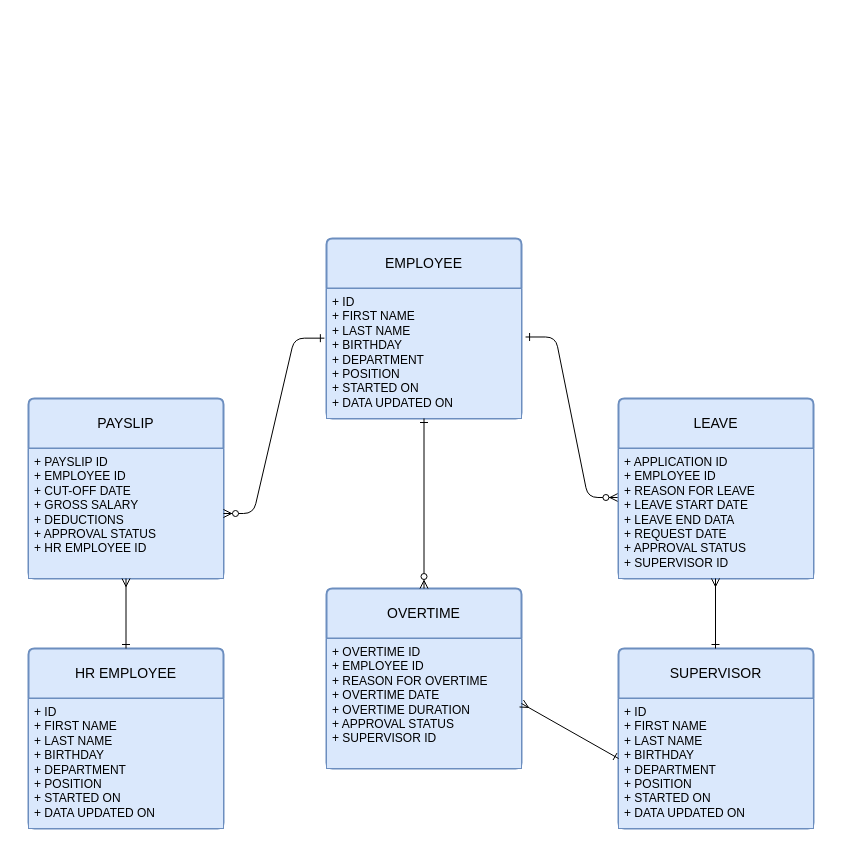
This is MO-IT107-ERD.drawio from zephyrstorm123/MO-IT107-Worksheet3-ERD, a draw.io file, before an edit. Source tidied: cells renumbered, new cells numbered last; positions are measured from the earlier drawing's top-left corner, leaving out a move shared by most shapes. Both pictures are drawn from the tidied source at 100%, with x=0, y=0 at pixel (28, 238).
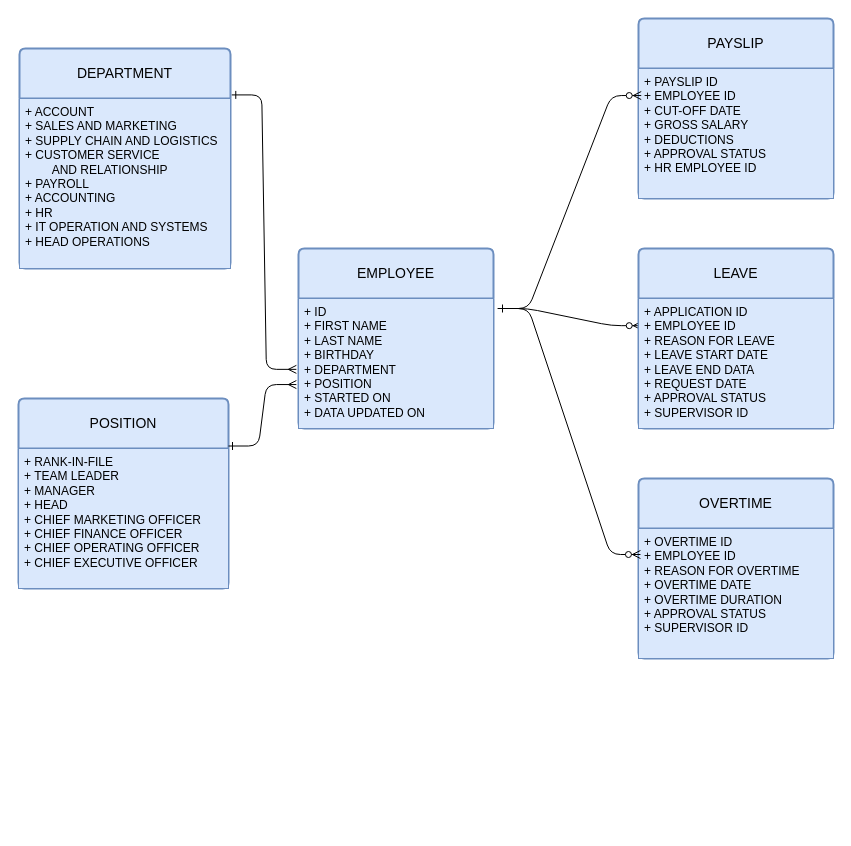
Above is the later version.

Unchanged cells that the change refers to:
```xml
<mxCell id="4" value="+ ID&lt;br&gt;+ FIRST NAME&lt;br&gt;+ LAST NAME&lt;br&gt;+ BIRTHDAY&lt;br&gt;+ DEPARTMENT&lt;br&gt;+ POSITION&lt;br&gt;+ STARTED ON&lt;br&gt;+ DATA UPDATED ON" style="align=left;strokeColor=#6c8ebf;fillColor=#dae8fc;spacingLeft=4;fontSize=12;verticalAlign=top;html=1;" parent="3" vertex="1">
  <mxGeometry y="50" width="195" height="130" as="geometry" />
</mxCell>
<mxCell id="6" value="+ APPLICATION ID&lt;br&gt;+ EMPLOYEE ID&lt;br&gt;+ REASON FOR LEAVE&lt;br&gt;+ LEAVE START DATE&lt;br&gt;+ LEAVE END DATA&lt;br&gt;+ REQUEST DATE&lt;br&gt;+ APPROVAL STATUS&lt;br&gt;+ SUPERVISOR ID" style="align=left;strokeColor=#6c8ebf;fillColor=#dae8fc;spacingLeft=4;fontSize=12;verticalAlign=top;html=1;" parent="5" vertex="1">
  <mxGeometry y="50" width="195" height="130" as="geometry" />
</mxCell>
<mxCell id="8" value="+ PAYSLIP ID&lt;br&gt;+ EMPLOYEE ID&lt;br&gt;+ CUT-OFF DATE&lt;br&gt;+ GROSS SALARY&lt;br&gt;+ DEDUCTIONS&lt;br&gt;+ APPROVAL STATUS&lt;br&gt;+ HR EMPLOYEE ID" style="align=left;strokeColor=#6c8ebf;fillColor=#dae8fc;spacingLeft=4;fontSize=12;verticalAlign=top;html=1;" parent="7" vertex="1">
  <mxGeometry y="50" width="195" height="130" as="geometry" />
</mxCell>
<mxCell id="15" value="+ OVERTIME ID&lt;br style=&quot;border-color: var(--border-color);&quot;&gt;+ EMPLOYEE ID&lt;br style=&quot;border-color: var(--border-color);&quot;&gt;+ REASON FOR OVERTIME&lt;br style=&quot;border-color: var(--border-color);&quot;&gt;+ OVERTIME DATE&lt;br style=&quot;border-color: var(--border-color);&quot;&gt;+ OVERTIME DURATION&lt;br style=&quot;border-color: var(--border-color);&quot;&gt;+ APPROVAL STATUS&lt;br style=&quot;border-color: var(--border-color);&quot;&gt;+ SUPERVISOR ID" style="align=left;strokeColor=#6c8ebf;fillColor=#dae8fc;spacingLeft=4;fontSize=12;verticalAlign=top;html=1;" parent="14" vertex="1">
  <mxGeometry y="50" width="195" height="130" as="geometry" />
</mxCell>
```

Change to the diagram source:
```diff
@@
-    <mxCell id="2" style="edgeStyle=entityRelationEdgeStyle;endArrow=ERzeroToMany;startArrow=ERone;endFill=1;startFill=0;entryX=-0.003;entryY=0.377;entryDx=0;entryDy=0;entryPerimeter=0;exitX=1.021;exitY=0.373;exitDx=0;exitDy=0;exitPerimeter=0;" parent="1" edge="1" source="4" target="6">
-      <mxGeometry relative="1" as="geometry" />
+    <mxCell id="2" style="edgeStyle=entityRelationEdgeStyle;endArrow=ERzeroToMany;startArrow=none;endFill=1;startFill=0;entryX=0.014;entryY=0.209;entryDx=0;entryDy=0;entryPerimeter=0;exitX=1.021;exitY=0.077;exitDx=0;exitDy=0;exitPerimeter=0;" parent="1" edge="1" source="4" target="6">
+      <mxGeometry relative="1" as="geometry">
+        <Array as="points">
+          <mxPoint x="250" y="-50" />
+          <mxPoint x="500" y="-10" />
+          <mxPoint x="390" />
+          <mxPoint x="400" y="-10" />
+          <mxPoint x="230" y="-30" />
+          <mxPoint x="230" y="-40" />
+        </Array>
+      </mxGeometry>
     </mxCell>
     <mxCell id="3" value="EMPLOYEE" style="swimlane;horizontal=1;startSize=50;rounded=1;fontSize=14;fontStyle=0;strokeWidth=2;shadow=0;dashed=0;align=center;arcSize=4;whiteSpace=wrap;html=1;fillColor=#dae8fc;strokeColor=#6c8ebf;" parent="1" vertex="1">
-      <mxGeometry x="298" width="195" height="180" as="geometry" />
+      <mxGeometry x="270" y="10" width="195" height="180" as="geometry" />
     </mxCell>
@@
     <mxCell id="5" value="LEAVE" style="swimlane;horizontal=1;startSize=50;rounded=1;fontSize=14;fontStyle=0;strokeWidth=2;shadow=0;dashed=0;align=center;arcSize=4;whiteSpace=wrap;html=1;fillColor=#dae8fc;strokeColor=#6c8ebf;" parent="1" vertex="1">
-      <mxGeometry x="590" y="160" width="195" height="180" as="geometry" />
+      <mxGeometry x="610" y="10" width="195" height="180" as="geometry" />
     </mxCell>
@@
     <mxCell id="7" value="PAYSLIP" style="swimlane;horizontal=1;startSize=50;rounded=1;fontSize=14;fontStyle=0;strokeWidth=2;shadow=0;dashed=0;align=center;arcSize=4;whiteSpace=wrap;html=1;fillColor=#dae8fc;strokeColor=#6c8ebf;" parent="1" vertex="1">
-      <mxGeometry y="160" width="195" height="180" as="geometry" />
+      <mxGeometry x="610" y="-220" width="195" height="180" as="geometry" />
     </mxCell>
@@
-    <mxCell id="9" style="edgeStyle=entityRelationEdgeStyle;endArrow=ERzeroToMany;startArrow=ERone;endFill=1;startFill=0;exitX=-0.011;exitY=0.382;exitDx=0;exitDy=0;exitPerimeter=0;" parent="1" edge="1" source="4" target="8">
+    <mxCell id="9" style="edgeStyle=entityRelationEdgeStyle;endArrow=ERzeroToMany;startArrow=none;endFill=1;startFill=0;entryX=0.014;entryY=0.208;entryDx=0;entryDy=0;entryPerimeter=0;" parent="1" edge="1" target="8">
       <mxGeometry relative="1" as="geometry">
+        <mxPoint x="470" y="70" as="sourcePoint" />
         <Array as="points">
           <mxPoint x="300" y="90" />
+          <mxPoint x="380" y="-90" />
         </Array>
       </mxGeometry>
     </mxCell>
-    <mxCell id="10" value="HR EMPLOYEE" style="swimlane;horizontal=1;startSize=50;rounded=1;fontSize=14;fontStyle=0;strokeWidth=2;shadow=0;dashed=0;align=center;arcSize=4;whiteSpace=wrap;html=1;fillColor=#dae8fc;strokeColor=#6c8ebf;" parent="1" vertex="1">
-      <mxGeometry y="410" width="195" height="180" as="geometry" />
-    </mxCell>
-    <mxCell id="11" value="+ ID&lt;br&gt;+ FIRST NAME&lt;br&gt;+ LAST NAME&lt;br&gt;+ BIRTHDAY&lt;br&gt;+ DEPARTMENT&lt;br&gt;+ POSITION&lt;br&gt;+ STARTED ON&lt;br&gt;+ DATA UPDATED ON" style="align=left;strokeColor=#6c8ebf;fillColor=#dae8fc;spacingLeft=4;fontSize=12;verticalAlign=top;html=1;" parent="10" vertex="1">
-      <mxGeometry y="50" width="195" height="130" as="geometry" />
-    </mxCell>
-    <mxCell id="12" value="SUPERVISOR" style="swimlane;horizontal=1;startSize=50;rounded=1;fontSize=14;fontStyle=0;strokeWidth=2;shadow=0;dashed=0;align=center;arcSize=4;whiteSpace=wrap;html=1;fillColor=#dae8fc;strokeColor=#6c8ebf;" parent="1" vertex="1">
-      <mxGeometry x="590" y="410" width="195" height="180" as="geometry" />
-    </mxCell>
-    <mxCell id="13" value="+ ID&lt;br&gt;+ FIRST NAME&lt;br&gt;+ LAST NAME&lt;br&gt;+ BIRTHDAY&lt;br&gt;+ DEPARTMENT&lt;br&gt;+ POSITION&lt;br&gt;+ STARTED ON&lt;br&gt;+ DATA UPDATED ON" style="align=left;strokeColor=#6c8ebf;fillColor=#dae8fc;spacingLeft=4;fontSize=12;verticalAlign=top;html=1;" parent="12" vertex="1">
-      <mxGeometry y="50" width="195" height="130" as="geometry" />
-    </mxCell>
     <mxCell id="14" value="OVERTIME" style="swimlane;horizontal=1;startSize=50;rounded=1;fontSize=14;fontStyle=0;strokeWidth=2;shadow=0;dashed=0;align=center;arcSize=4;whiteSpace=wrap;html=1;fillColor=#dae8fc;strokeColor=#6c8ebf;" parent="1" vertex="1">
-      <mxGeometry x="298" y="350" width="195" height="180" as="geometry" />
+      <mxGeometry x="610" y="240" width="195" height="180" as="geometry" />
     </mxCell>
@@
-    <mxCell id="16" style="edgeStyle=orthogonalEdgeStyle;rounded=1;jettySize=auto;html=1;exitX=0.5;exitY=1;exitDx=0;exitDy=0;endArrow=ERzeroToMany;endFill=0;curved=0;startArrow=ERone;startFill=0;" parent="1" edge="1" source="4" target="14">
-      <mxGeometry relative="1" as="geometry" />
-    </mxCell>
-    <mxCell id="17" style="endArrow=ERmany;html=1;rounded=0;entryX=0.5;entryY=1;entryDx=0;entryDy=0;exitX=0.5;exitY=0;exitDx=0;exitDy=0;endFill=0;startArrow=ERone;startFill=0;" parent="1" edge="1" source="10" target="7">
-      <mxGeometry relative="1" as="geometry" />
-    </mxCell>
-    <mxCell id="18" style="endArrow=ERmany;html=1;rounded=0;entryX=0.5;entryY=1;entryDx=0;entryDy=0;exitX=0.5;exitY=0;exitDx=0;exitDy=0;endFill=0;startArrow=ERone;startFill=0;" parent="1" edge="1">
-      <mxGeometry relative="1" as="geometry">
-        <mxPoint x="687" y="410" as="sourcePoint" />
-        <mxPoint x="687" y="340" as="targetPoint" />
-      </mxGeometry>
-    </mxCell>
-    <mxCell id="19" style="endArrow=ERmany;html=1;rounded=0;entryX=1;entryY=0.5;entryDx=0;entryDy=0;endFill=0;startArrow=ERone;startFill=0;" parent="1" edge="1" target="15">
-      <mxGeometry relative="1" as="geometry">
-        <mxPoint x="590" y="520" as="sourcePoint" />
-      </mxGeometry>
-    </mxCell>
+    <mxCell id="20" value="POSITION" style="swimlane;horizontal=1;startSize=50;rounded=1;fontSize=14;fontStyle=0;strokeWidth=2;shadow=0;dashed=0;align=center;arcSize=4;whiteSpace=wrap;html=1;fillColor=#dae8fc;strokeColor=#6c8ebf;" parent="1" vertex="1">
+      <mxGeometry x="-10" y="160" width="210" height="190" as="geometry" />
+    </mxCell>
+    <mxCell id="21" value="+ RANK-IN-FILE&lt;br&gt;+ TEAM LEADER&lt;br&gt;+ MANAGER&lt;br&gt;+ HEAD&lt;br&gt;+ CHIEF MARKETING OFFICER&lt;br&gt;+ CHIEF FINANCE OFFICER&lt;br&gt;+ CHIEF OPERATING OFFICER&lt;br&gt;+ CHIEF EXECUTIVE OFFICER" style="align=left;strokeColor=#6c8ebf;fillColor=#dae8fc;spacingLeft=4;fontSize=12;verticalAlign=top;html=1;" parent="20" vertex="1">
+      <mxGeometry y="50" width="210" height="140" as="geometry" />
+    </mxCell>
+    <mxCell id="22" style="edgeStyle=entityRelationEdgeStyle;endArrow=ERzeroToMany;startArrow=ERone;endFill=1;startFill=0;entryX=0.01;entryY=0.2;entryDx=0;entryDy=0;entryPerimeter=0;" parent="1" edge="1" target="15">
+      <mxGeometry relative="1" as="geometry">
+        <mxPoint x="470" y="70" as="sourcePoint" />
+        <Array as="points">
+          <mxPoint x="395" y="20" />
+          <mxPoint x="405" y="140" />
+          <mxPoint x="246" y="-50" />
+          <mxPoint x="386" />
+          <mxPoint x="396" y="-10" />
+          <mxPoint x="226" y="-30" />
+          <mxPoint x="226" y="-40" />
+        </Array>
+      </mxGeometry>
+    </mxCell>
+    <mxCell id="23" style="edgeStyle=entityRelationEdgeStyle;endArrow=ERmany;startArrow=ERone;endFill=0;startFill=0;entryX=-0.011;entryY=0.662;entryDx=0;entryDy=0;entryPerimeter=0;exitX=1;exitY=0.25;exitDx=0;exitDy=0;" parent="1" edge="1" source="20" target="4">
+      <mxGeometry relative="1" as="geometry">
+        <Array as="points">
+          <mxPoint x="-24" y="-127" />
+          <mxPoint x="226" y="-87" />
+          <mxPoint x="116" y="-77" />
+          <mxPoint x="126" y="-87" />
+          <mxPoint x="-44" y="-107" />
+          <mxPoint x="-44" y="-117" />
+        </Array>
+      </mxGeometry>
+    </mxCell>
+    <mxCell id="24" value="DEPARTMENT" style="swimlane;horizontal=1;startSize=50;rounded=1;fontSize=14;fontStyle=0;strokeWidth=2;shadow=0;dashed=0;align=center;arcSize=4;whiteSpace=wrap;html=1;fillColor=#dae8fc;strokeColor=#6c8ebf;" parent="1" vertex="1">
+      <mxGeometry x="-9" y="-190" width="211" height="220" as="geometry" />
+    </mxCell>
+    <mxCell id="25" value="+ ACCOUNT&lt;br&gt;+ SALES AND MARKETING&lt;br&gt;+ SUPPLY CHAIN AND LOGISTICS&lt;br&gt;+ CUSTOMER SERVICE &lt;br&gt;&lt;span style=&quot;white-space: pre;&quot;&gt;&#9;&lt;/span&gt;AND RELATIONSHIP&lt;br&gt;+ PAYROLL&lt;br&gt;+ ACCOUNTING&lt;br&gt;+ HR&lt;br&gt;+ IT OPERATION AND SYSTEMS&lt;br&gt;+ HEAD OPERATIONS" style="align=left;strokeColor=#6c8ebf;fillColor=#dae8fc;spacingLeft=4;fontSize=12;verticalAlign=top;html=1;" parent="24" vertex="1">
+      <mxGeometry y="50" width="211" height="170" as="geometry" />
+    </mxCell>
+    <mxCell id="26" style="edgeStyle=entityRelationEdgeStyle;endArrow=ERmany;startArrow=ERone;endFill=0;startFill=0;entryX=-0.011;entryY=0.545;entryDx=0;entryDy=0;entryPerimeter=0;exitX=1.006;exitY=0.211;exitDx=0;exitDy=0;exitPerimeter=0;" parent="1" edge="1" source="24" target="4">
+      <mxGeometry relative="1" as="geometry">
+        <Array as="points">
+          <mxPoint x="-14" y="-117" />
+          <mxPoint x="236" y="-77" />
+          <mxPoint x="126" y="-67" />
+          <mxPoint x="136" y="-77" />
+          <mxPoint x="-34" y="-97" />
+          <mxPoint x="-34" y="-107" />
+        </Array>
+      </mxGeometry>
+    </mxCell>
```
